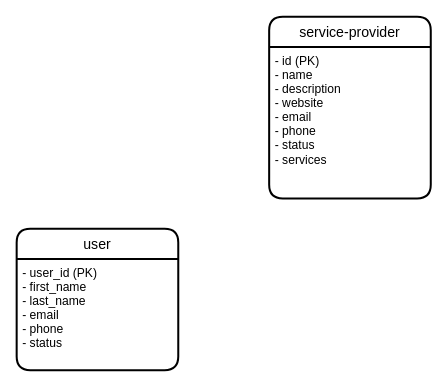
This is design/data_model.drawio from t3rrybb/hackathon-springboard-collaborative, a draw.io file, before an edit. Source tidied: cells renumbered, new cells numbered last; positions are measured from the earlier drawing's top-left corner, leaving out a move shared by most shapes. Both pictures are drawn from the tidied source at 101%, with x=0, y=0 at pixel (16, 16).
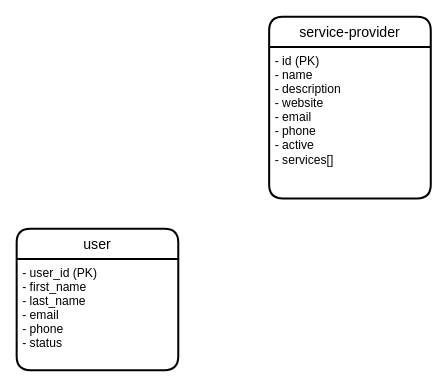
Above is the later version.

Commit message:
Update service-provider entity in data model

Change to the diagram source:
```diff
@@
 <mxGraphModel>
   <root>
     <mxCell id="0" />
     <mxCell id="1" parent="0" />
     <mxCell id="2" value="user" style="swimlane;horizontal=1;startSize=30;rounded=1;fontSize=14;fontStyle=0;strokeWidth=2;shadow=0;dashed=0;align=center;" parent="1" vertex="1">
       <mxGeometry y="210" width="160" height="140" as="geometry" />
     </mxCell>
     <mxCell id="3" value="- user_id (PK)&#10;- first_name&#10;- last_name&#10;- email&#10;- phone&#10;- status" style="align=left;strokeColor=none;fillColor=none;spacingLeft=4;fontSize=12;verticalAlign=top;" parent="2" vertex="1">
       <mxGeometry y="30" width="160" height="110" as="geometry" />
     </mxCell>
     <mxCell id="4" value="service-provider" style="swimlane;horizontal=1;startSize=30;rounded=1;fontSize=14;fontStyle=0;strokeWidth=2;shadow=0;dashed=0;align=center;" parent="1" vertex="1">
       <mxGeometry x="250" width="160" height="180" as="geometry" />
     </mxCell>
-    <mxCell id="5" value="- id (PK)&#10;- name&#10;- description&#10;- website&#10;- email&#10;- phone&#10;- status&#10;- services" style="align=left;strokeColor=none;fillColor=none;spacingLeft=4;fontSize=12;verticalAlign=top;" parent="4" vertex="1">
+    <mxCell id="5" value="- id (PK)&#10;- name&#10;- description&#10;- website&#10;- email&#10;- phone&#10;- active&#10;- services[]" style="align=left;strokeColor=none;fillColor=none;spacingLeft=4;fontSize=12;verticalAlign=top;" parent="4" vertex="1">
       <mxGeometry y="30" width="160" height="150" as="geometry" />
     </mxCell>
   </root>
 </mxGraphModel>
```
